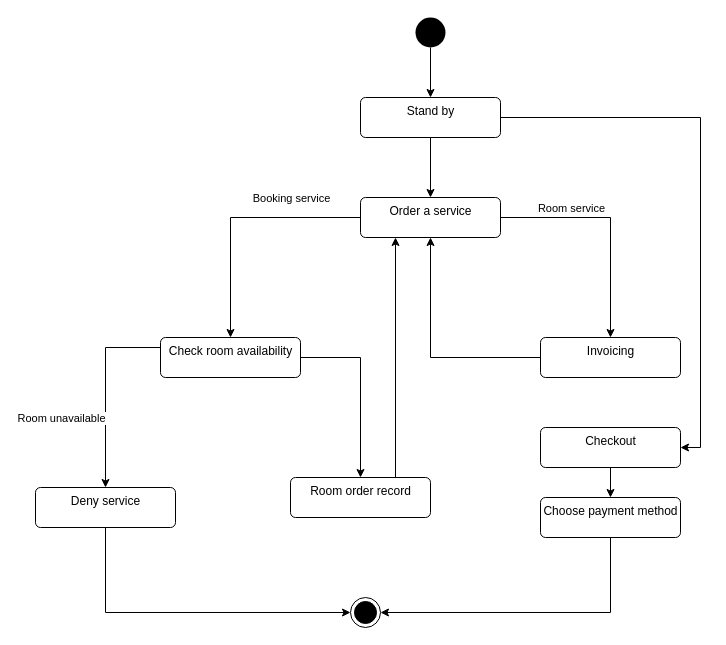
The draw.io diagram Diagram/State diagram.drawio in jonathanha52/SE104.L23.PMCL, before the edit. Source tidied: cells renumbered, new cells numbered last; positions are measured from the earlier drawing's top-left corner, leaving out a move shared by most shapes. Both pictures are drawn from the tidied source at 100%, with x=0, y=0 at pixel (35, 17).
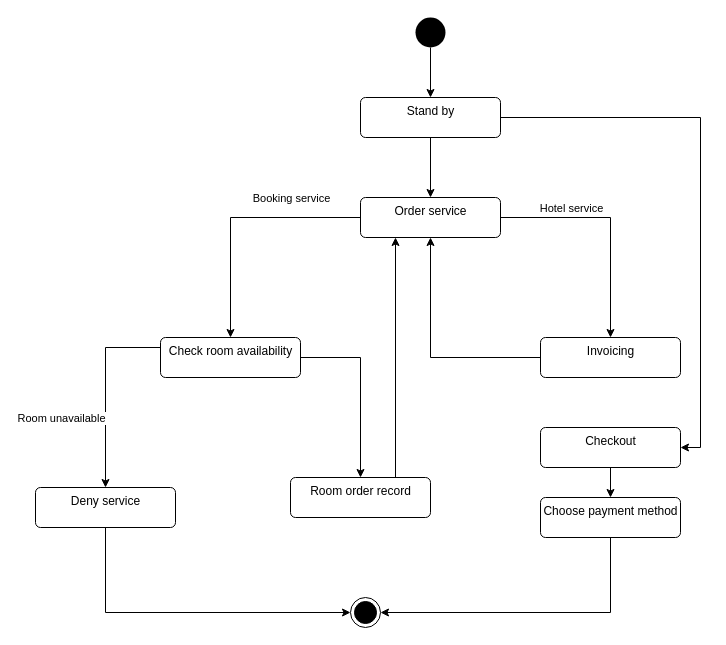
Above is the later version.

Commit message:
Change room service -> hotel servi8ce

Unchanged cells that the change refers to:
```xml
<mxCell id="6" style="edgeStyle=orthogonalEdgeStyle;rounded=0;jettySize=auto;html=1;" parent="1" edge="1" source="8" target="14">
  <mxGeometry relative="1" as="geometry" />
</mxCell>
```

Diff of the diagram source:
```diff
@@
-    <mxCell id="7" value="Room service" style="edgeLabel;html=1;align=center;verticalAlign=middle;" parent="6" vertex="1">
+    <mxCell id="7" value="Hotel service" style="edgeLabel;html=1;align=center;verticalAlign=middle;" parent="6" vertex="1">
       <mxGeometry x="-0.27" y="2" relative="1" as="geometry">
         <mxPoint x="-14" y="-8" as="offset" />
       </mxGeometry>
     </mxCell>
-    <mxCell id="8" value="Order a service" style="html=1;align=center;verticalAlign=top;rounded=1;absoluteArcSize=1;arcSize=10;dashed=0;" parent="1" vertex="1">
+    <mxCell id="8" value="Order service" style="html=1;align=center;verticalAlign=top;rounded=1;absoluteArcSize=1;arcSize=10;dashed=0;" parent="1" vertex="1">
       <mxGeometry x="325" y="180" width="140" height="40" as="geometry" />
     </mxCell>
```
